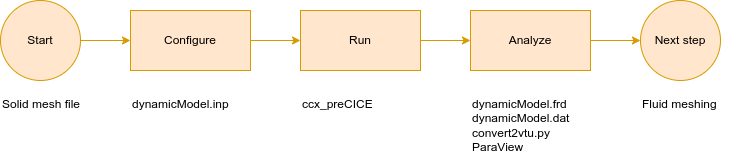
The draw.io diagram fsi-workflow/02_solidSimulation/images/flowchart/flowchart-solid-simulation.png in precice/community-training, before a commit. Source tidied: cells renumbered, new cells last; positions are measured from the earlier drawing's top-left corner, leaving out a move shared by most shapes.
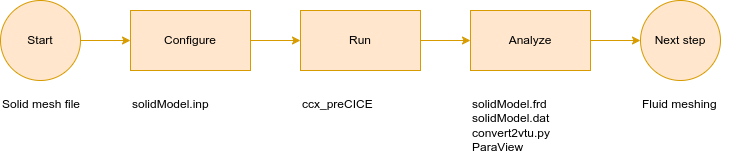
Above is the later version.

The edit, as a diff of the source:
```diff
@@ -32,13 +32,13 @@
     <mxCell id="11" value="Solid mesh file&amp;nbsp;" style="text;html=1;align=left;verticalAlign=top;whiteSpace=wrap;rounded=0;" parent="1" vertex="1">
       <mxGeometry y="90" width="90" height="30" as="geometry" />
     </mxCell>
-    <mxCell id="12" value="dynamicModel.inp" style="text;html=1;align=left;verticalAlign=top;whiteSpace=wrap;rounded=0;" parent="1" vertex="1">
+    <mxCell id="12" value="solidModel.inp" style="text;html=1;align=left;verticalAlign=top;whiteSpace=wrap;rounded=0;" parent="1" vertex="1">
       <mxGeometry x="130" y="90" width="90" height="30" as="geometry" />
     </mxCell>
     <mxCell id="13" value="ccx_preCICE" style="text;html=1;align=left;verticalAlign=top;whiteSpace=wrap;rounded=0;" parent="1" vertex="1">
       <mxGeometry x="300" y="90" width="90" height="30" as="geometry" />
     </mxCell>
-    <mxCell id="14" value="dynamicModel.frd&lt;div&gt;dynamicModel.dat&lt;br&gt;convert2vtu.py&lt;br&gt;ParaView&lt;/div&gt;" style="text;html=1;align=left;verticalAlign=top;whiteSpace=wrap;rounded=0;" parent="1" vertex="1">
+    <mxCell id="14" value="solidModel.frd&lt;div&gt;solidModel.dat&lt;br&gt;convert2vtu.py&lt;br&gt;ParaView&lt;/div&gt;" style="text;html=1;align=left;verticalAlign=top;whiteSpace=wrap;rounded=0;" parent="1" vertex="1">
       <mxGeometry x="470" y="90" width="110" height="70" as="geometry" />
     </mxCell>
     <mxCell id="15" value="Fluid meshing&amp;nbsp;" style="text;html=1;align=left;verticalAlign=top;whiteSpace=wrap;rounded=0;" parent="1" vertex="1">
```
